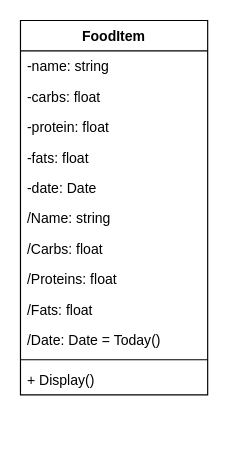
Earlier version of the draw.io diagram page "Class Diagram" (3 of 3) of System Design.drawio (apaquette/MacroMate). Source tidied: cells renumbered, new cells numbered last; positions are measured from the earlier drawing's top-left corner, leaving out a move shared by most shapes. Both pictures are drawn from the tidied source at 117%, with x=0, y=0 at pixel (20, 20).
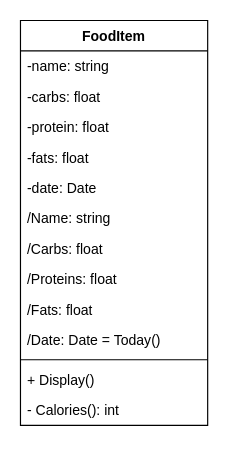
After the change.

Change to the diagram source:
```diff
@@
 <mxGraphModel>
   <root>
     <mxCell id="0" />
     <mxCell id="1" parent="0" />
     <mxCell id="2" value="FoodItem" style="swimlane;fontStyle=1;align=center;verticalAlign=top;horizontal=1;startSize=26;whiteSpace=wrap;html=1;" parent="1" vertex="1">
-      <mxGeometry width="160" height="320" as="geometry" />
+      <mxGeometry width="160" height="346" as="geometry" />
     </mxCell>
     <mxCell id="3" value="-name: string" style="text;strokeColor=none;fillColor=none;align=left;verticalAlign=top;spacingLeft=4;spacingRight=4;overflow=hidden;whiteSpace=wrap;html=1;" parent="2" vertex="1">
       <mxGeometry y="26" width="160" height="26" as="geometry" />
     </mxCell>
     <mxCell id="4" value="-carbs: float" style="text;strokeColor=none;fillColor=none;align=left;verticalAlign=top;spacingLeft=4;spacingRight=4;overflow=hidden;whiteSpace=wrap;html=1;" parent="2" vertex="1">
       <mxGeometry y="52" width="160" height="26" as="geometry" />
     </mxCell>
     <mxCell id="5" value="-protein: float" style="text;strokeColor=none;fillColor=none;align=left;verticalAlign=top;spacingLeft=4;spacingRight=4;overflow=hidden;whiteSpace=wrap;html=1;" parent="2" vertex="1">
       <mxGeometry y="78" width="160" height="26" as="geometry" />
     </mxCell>
     <mxCell id="6" value="-fats: float" style="text;strokeColor=none;fillColor=none;align=left;verticalAlign=top;spacingLeft=4;spacingRight=4;overflow=hidden;whiteSpace=wrap;html=1;" parent="2" vertex="1">
       <mxGeometry y="104" width="160" height="26" as="geometry" />
     </mxCell>
     <mxCell id="7" value="-date: Date" style="text;strokeColor=none;fillColor=none;align=left;verticalAlign=top;spacingLeft=4;spacingRight=4;overflow=hidden;whiteSpace=wrap;html=1;" parent="2" vertex="1">
       <mxGeometry y="130" width="160" height="26" as="geometry" />
     </mxCell>
     <mxCell id="8" value="/Name: string" style="text;strokeColor=none;fillColor=none;align=left;verticalAlign=top;spacingLeft=4;spacingRight=4;overflow=hidden;whiteSpace=wrap;html=1;" parent="2" vertex="1">
       <mxGeometry y="156" width="160" height="26" as="geometry" />
     </mxCell>
     <mxCell id="9" value="/Carbs: float" style="text;strokeColor=none;fillColor=none;align=left;verticalAlign=top;spacingLeft=4;spacingRight=4;overflow=hidden;whiteSpace=wrap;html=1;" parent="2" vertex="1">
       <mxGeometry y="182" width="160" height="26" as="geometry" />
     </mxCell>
     <mxCell id="10" value="/Proteins: float" style="text;strokeColor=none;fillColor=none;align=left;verticalAlign=top;spacingLeft=4;spacingRight=4;overflow=hidden;whiteSpace=wrap;html=1;" parent="2" vertex="1">
       <mxGeometry y="208" width="160" height="26" as="geometry" />
     </mxCell>
     <mxCell id="11" value="/Fats: float" style="text;strokeColor=none;fillColor=none;align=left;verticalAlign=top;spacingLeft=4;spacingRight=4;overflow=hidden;whiteSpace=wrap;html=1;" parent="2" vertex="1">
       <mxGeometry y="234" width="160" height="26" as="geometry" />
     </mxCell>
     <mxCell id="12" value="/Date: Date = Today()" style="text;strokeColor=none;fillColor=none;align=left;verticalAlign=top;spacingLeft=4;spacingRight=4;overflow=hidden;whiteSpace=wrap;html=1;" parent="2" vertex="1">
       <mxGeometry y="260" width="160" height="26" as="geometry" />
     </mxCell>
     <mxCell id="13" style="line;strokeWidth=1;fillColor=none;align=left;verticalAlign=middle;spacingTop=-1;spacingLeft=3;spacingRight=3;labelPosition=right;strokeColor=inherit;" parent="2" vertex="1">
       <mxGeometry y="286" width="160" height="8" as="geometry" />
     </mxCell>
     <mxCell id="14" value="+ Display()" style="text;strokeColor=none;fillColor=none;align=left;verticalAlign=top;spacingLeft=4;spacingRight=4;overflow=hidden;whiteSpace=wrap;html=1;" parent="2" vertex="1">
       <mxGeometry y="294" width="160" height="26" as="geometry" />
     </mxCell>
+    <mxCell id="15" value="- Calories(): int" style="text;strokeColor=none;fillColor=none;align=left;verticalAlign=top;spacingLeft=4;spacingRight=4;overflow=hidden;whiteSpace=wrap;html=1;" parent="2" vertex="1">
+      <mxGeometry y="320" width="160" height="26" as="geometry" />
+    </mxCell>
   </root>
 </mxGraphModel>
```
